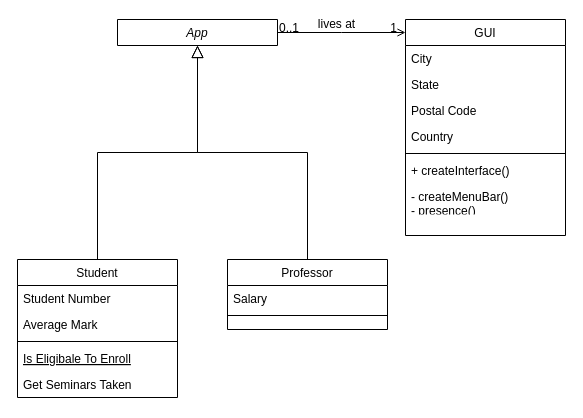
The draw.io diagram projet-2eme-session/Untitled Diagram.drawio in Swithan/java-2eme-session, before the edit. Source tidied: cells renumbered, new cells numbered last; positions are measured from the earlier drawing's top-left corner, leaving out a move shared by most shapes. Both pictures are drawn from the tidied source at 100%, with x=0, y=0 at pixel (17, 19).
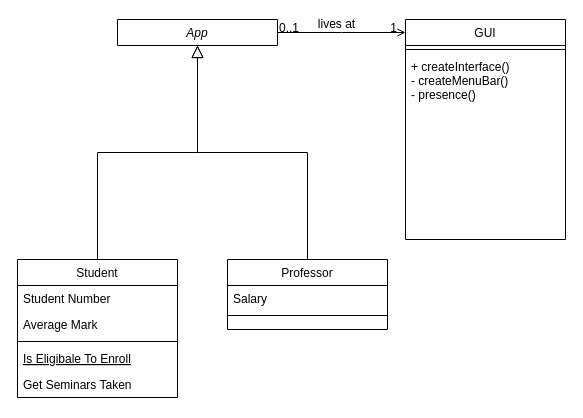
Above is the later version.

Diff of the diagram source:
```diff
@@
     <mxCell id="14" value="GUI" style="swimlane;fontStyle=0;align=center;verticalAlign=top;horizontal=1;startSize=26;rounded=0;shadow=0;strokeWidth=1;" parent="1" vertex="1">
-      <mxGeometry x="388" width="160" height="216" as="geometry" />
+      <mxGeometry x="388" width="160" height="220" as="geometry" />
     </mxCell>
-    <mxCell id="15" value="City" style="text;align=left;verticalAlign=top;spacingLeft=4;spacingRight=4;overflow=hidden;rounded=0;shadow=0;html=0;" parent="14" vertex="1">
-      <mxGeometry y="26" width="160" height="26" as="geometry" />
-    </mxCell>
-    <mxCell id="16" value="State" style="text;align=left;verticalAlign=top;spacingLeft=4;spacingRight=4;overflow=hidden;rounded=0;shadow=0;html=0;" parent="14" vertex="1">
-      <mxGeometry y="52" width="160" height="26" as="geometry" />
-    </mxCell>
-    <mxCell id="17" value="Postal Code" style="text;align=left;verticalAlign=top;spacingLeft=4;spacingRight=4;overflow=hidden;rounded=0;shadow=0;html=0;" parent="14" vertex="1">
-      <mxGeometry y="78" width="160" height="26" as="geometry" />
-    </mxCell>
-    <mxCell id="18" value="Country" style="text;align=left;verticalAlign=top;spacingLeft=4;spacingRight=4;overflow=hidden;rounded=0;shadow=0;html=0;" parent="14" vertex="1">
-      <mxGeometry y="104" width="160" height="26" as="geometry" />
-    </mxCell>
     <mxCell id="19" style="line;html=1;strokeWidth=1;align=left;verticalAlign=middle;spacingTop=-1;spacingLeft=3;spacingRight=3;labelPosition=right;" parent="14" vertex="1">
-      <mxGeometry y="130" width="160" height="8" as="geometry" />
+      <mxGeometry y="26" width="160" height="8" as="geometry" />
     </mxCell>
-    <mxCell id="20" value="+ createInterface()" style="text;align=left;verticalAlign=top;spacingLeft=4;spacingRight=4;overflow=hidden;" parent="14" vertex="1">
-      <mxGeometry y="138" width="160" height="26" as="geometry" />
-    </mxCell>
-    <mxCell id="21" value="- createMenuBar()&#10;- presence()" style="text;align=left;verticalAlign=top;spacingLeft=4;spacingRight=4;overflow=hidden;" parent="14" vertex="1">
-      <mxGeometry y="164" width="160" height="26" as="geometry" />
+    <mxCell id="21" value="+ createInterface()&#10;- createMenuBar()&#10;- presence()&#10;" style="text;align=left;verticalAlign=top;spacingLeft=4;spacingRight=4;overflow=hidden;" parent="14" vertex="1">
+      <mxGeometry y="34" width="160" height="160" as="geometry" />
     </mxCell>
```
